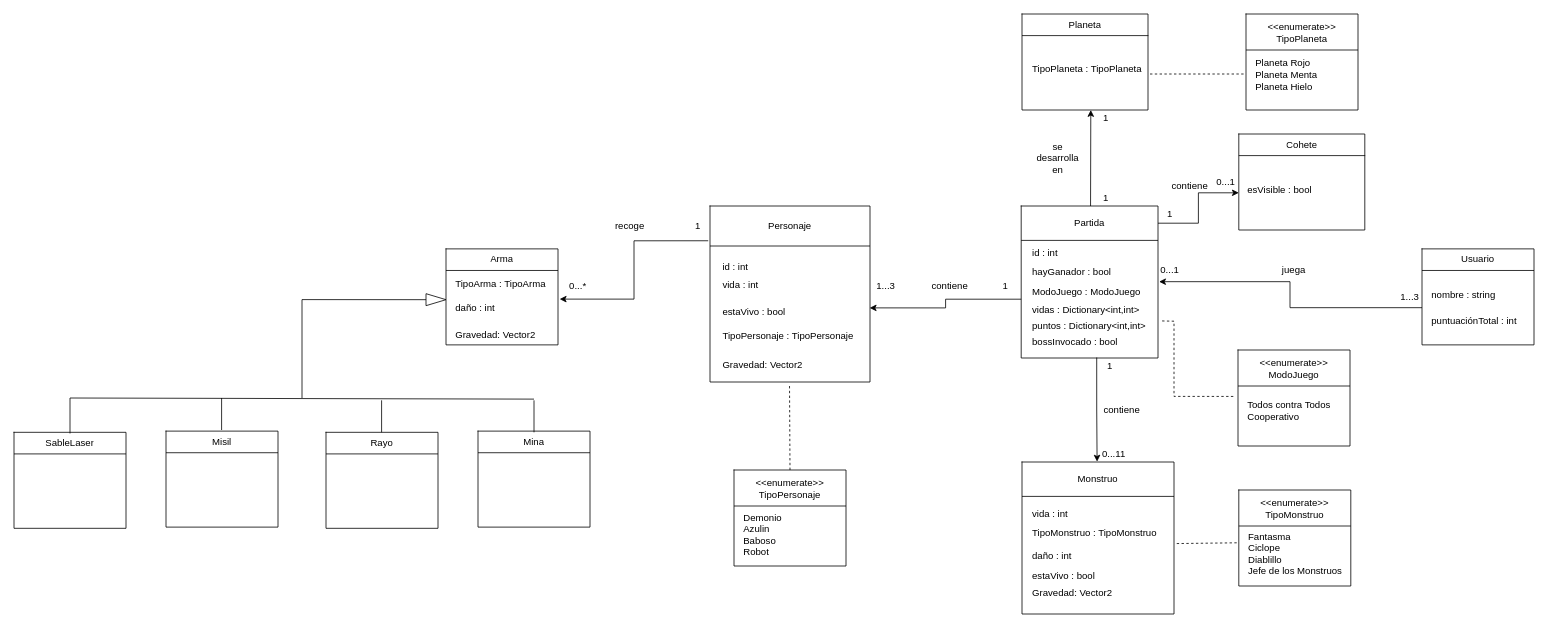
Above: CosmicCombat.drawio in juacasalb/Cosmic-Combat (draw.io), before the change. Source tidied: cells renumbered, new cells numbered last; positions are measured from the earlier drawing's top-left corner, leaving out a move shared by most shapes. Both pictures are drawn from the tidied source at 80%, with x=0, y=0 at pixel (14, 14).
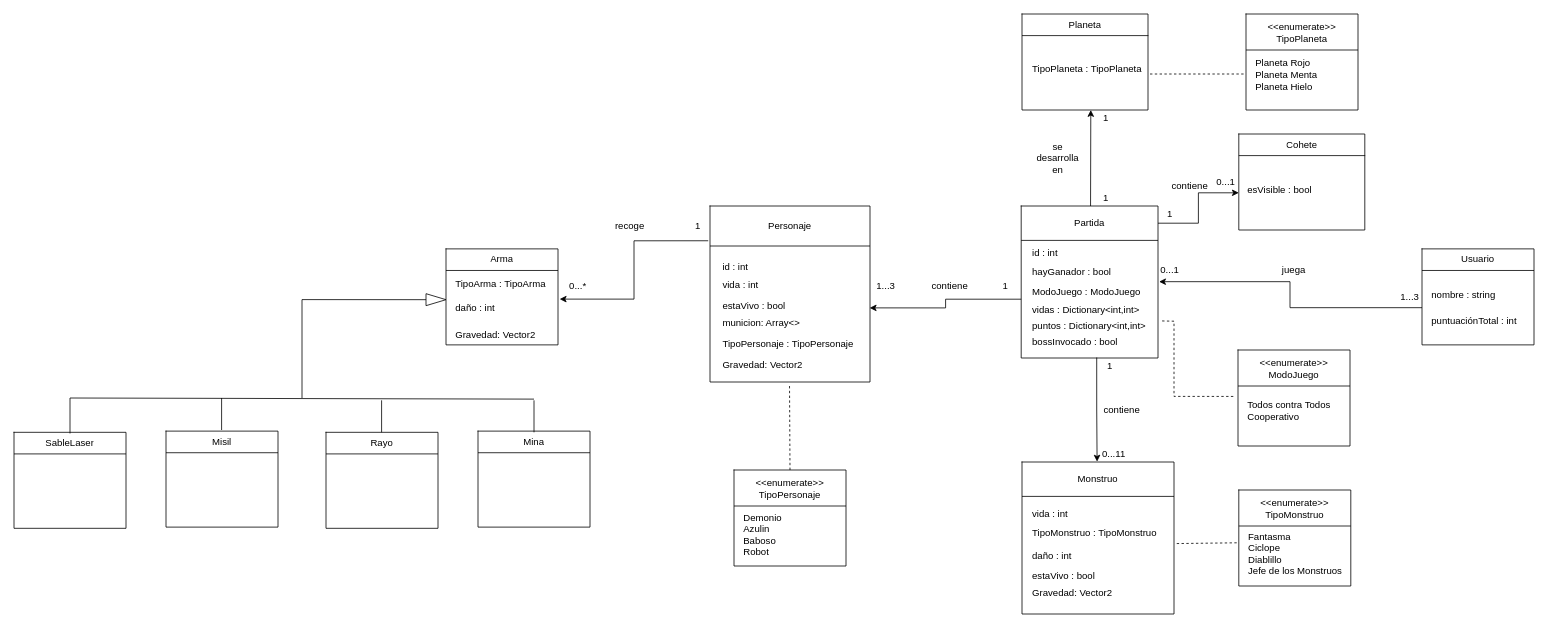
The same diagram, later.

The change refers to these unchanged cells:
```xml
<mxCell id="2" style="group;" parent="1" vertex="1">
  <mxGeometry x="870" y="240" width="200" height="220" as="geometry" />
</mxCell>
```

Change to the diagram source:
```diff
@@
     <mxCell id="8" value="estaVivo : bool" style="text;html=1;strokeColor=none;fillColor=none;align=left;verticalAlign=middle;whiteSpace=wrap;rounded=0;" parent="2" vertex="1">
-      <mxGeometry x="14.3" y="120" width="171.4" height="26" as="geometry" />
+      <mxGeometry x="14.3" y="112.3" width="171.4" height="26" as="geometry" />
     </mxCell>
@@
     <mxCell id="10" value="TipoPersonaje : TipoPersonaje" style="text;html=1;strokeColor=none;fillColor=none;align=left;verticalAlign=middle;whiteSpace=wrap;rounded=0;" parent="2" vertex="1">
-      <mxGeometry x="14.3" y="150" width="171.4" height="26" as="geometry" />
+      <mxGeometry x="14.3" y="160" width="171.4" height="26" as="geometry" />
     </mxCell>
@@
+    <mxCell id="155" value="municion: Array&amp;lt;&amp;gt;" style="text;html=1;strokeColor=none;fillColor=none;align=left;verticalAlign=middle;whiteSpace=wrap;rounded=0;" parent="2" vertex="1">
+      <mxGeometry x="14.3" y="134" width="171.4" height="26" as="geometry" />
+    </mxCell>
```
